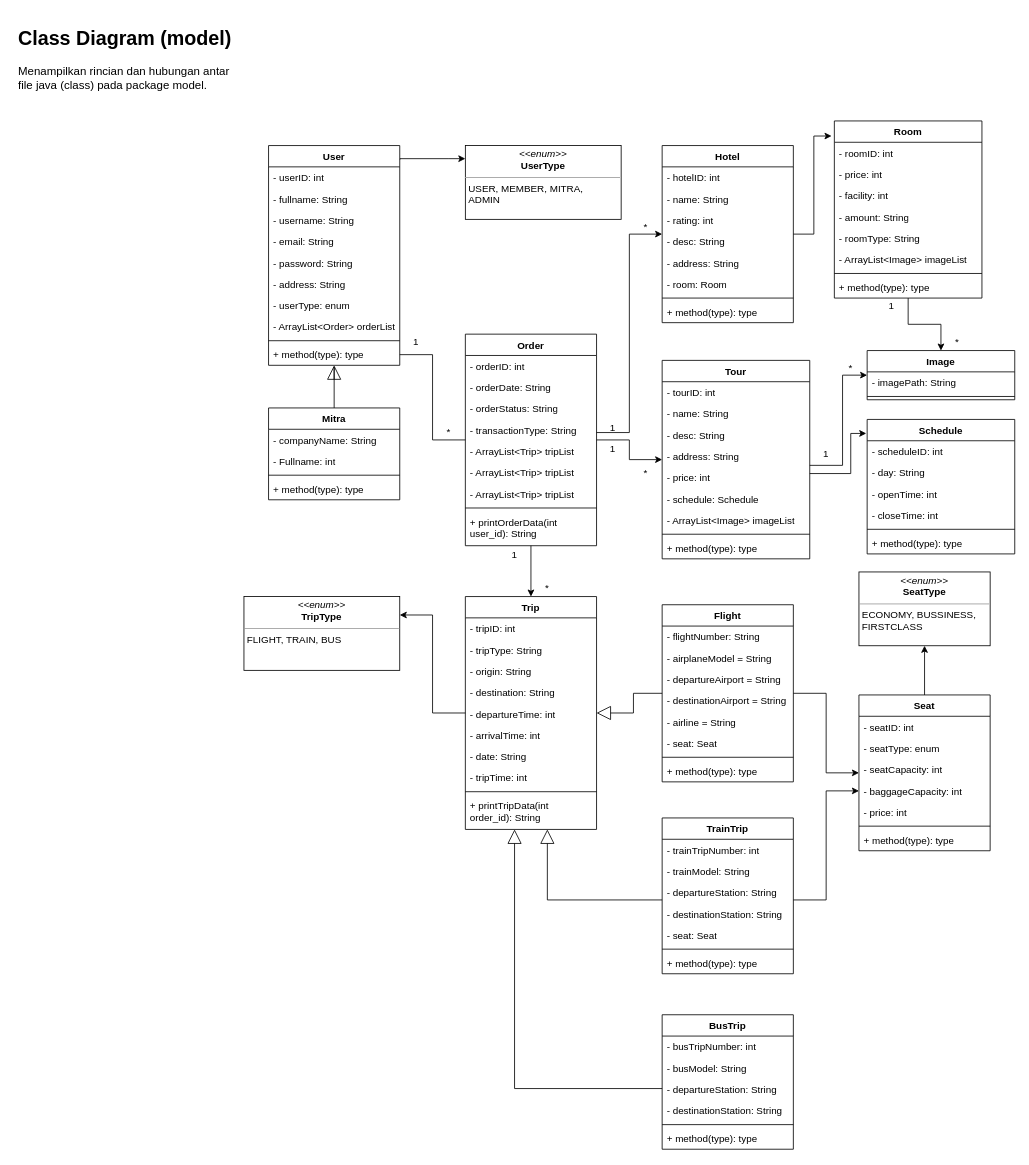
Earlier version of the draw.io diagram src/info/ClassDiagram.drawio (Thomassantosa/TubesPBO). Source tidied: cells renumbered, new cells numbered last; positions are measured from the earlier drawing's top-left corner, leaving out a move shared by most shapes. Both pictures are drawn from the tidied source at 82%, with x=0, y=0 at pixel (14, 22).
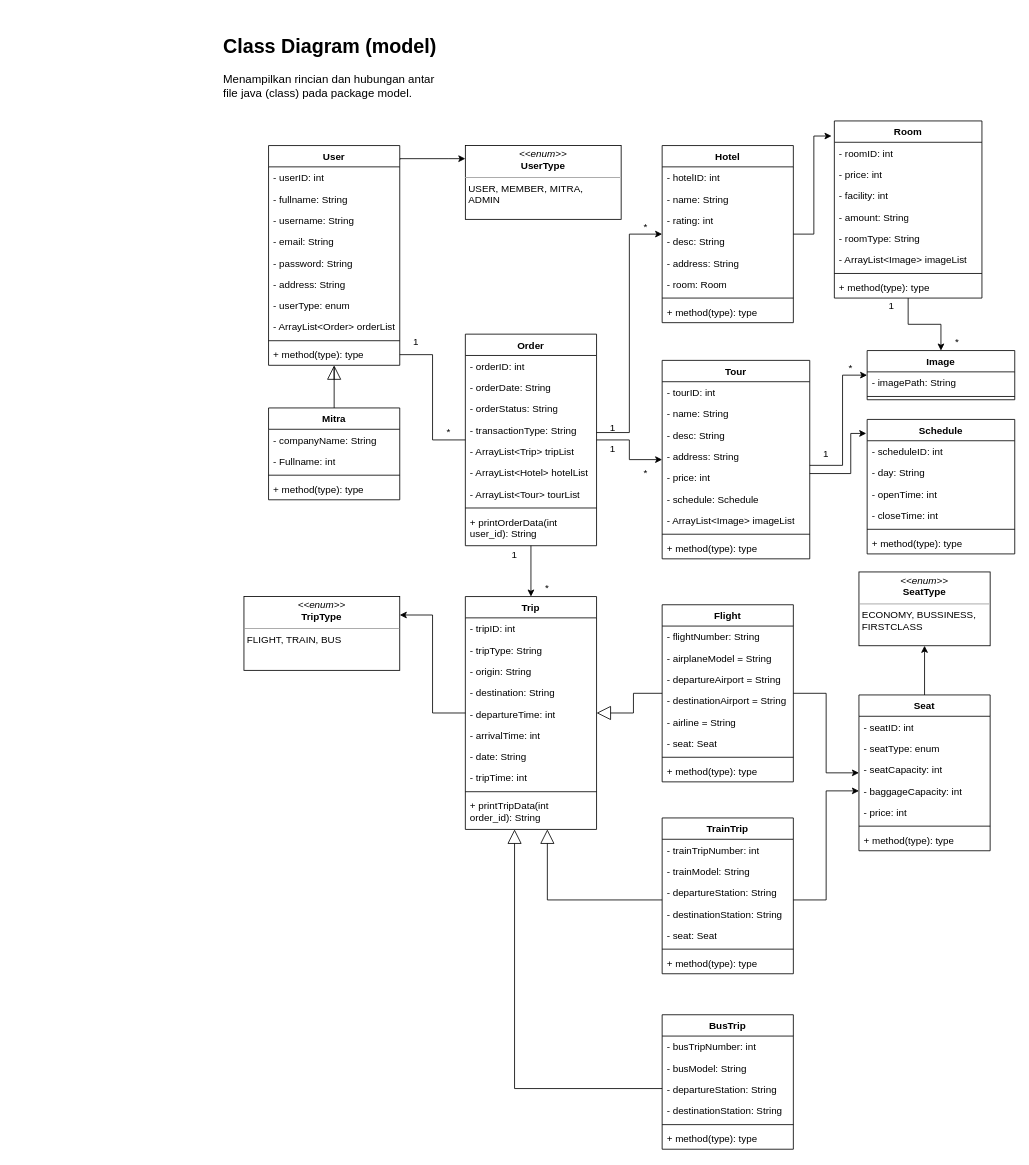
Above is the later version.

The change refers to these unchanged cells:
```xml
<mxCell id="25" value="Order" style="swimlane;fontStyle=1;align=center;verticalAlign=top;horizontal=1;startSize=26;whiteSpace=wrap;" parent="1" vertex="1">
  <mxGeometry x="550" y="380" width="160" height="258" as="geometry" />
</mxCell>
```

The edit, as a diff of the source:
```diff
@@
     <mxCell id="2" value="&lt;h1&gt;Class Diagram (model)&lt;/h1&gt;&lt;p&gt;&lt;font style=&quot;font-size: 14px&quot;&gt;Menampilkan rincian dan hubungan antar file java (class) pada package model.&lt;/font&gt;&lt;/p&gt;" style="text;html=1;strokeColor=none;fillColor=none;spacing=5;spacingTop=-20;whiteSpace=wrap;overflow=hidden;rounded=0;" parent="1" vertex="1">
-      <mxGeometry width="270" height="120" as="geometry" />
+      <mxGeometry x="250" y="10" width="270" height="120" as="geometry" />
     </mxCell>
@@
-    <mxCell id="31" value="- ArrayList&lt;Trip&gt; tripList" style="text;strokeColor=none;fillColor=none;align=left;verticalAlign=top;spacingLeft=4;spacingRight=4;overflow=hidden;whiteSpace=wrap;" parent="25" vertex="1">
+    <mxCell id="31" value="- ArrayList&lt;Hotel&gt; hotelList" style="text;strokeColor=none;fillColor=none;align=left;verticalAlign=top;spacingLeft=4;spacingRight=4;overflow=hidden;whiteSpace=wrap;" parent="25" vertex="1">
       <mxGeometry y="156" width="160" height="26" as="geometry" />
     </mxCell>
-    <mxCell id="32" value="- ArrayList&lt;Trip&gt; tripList" style="text;strokeColor=none;fillColor=none;align=left;verticalAlign=top;spacingLeft=4;spacingRight=4;overflow=hidden;whiteSpace=wrap;" parent="25" vertex="1">
+    <mxCell id="32" value="- ArrayList&lt;Tour&gt; tourList" style="text;strokeColor=none;fillColor=none;align=left;verticalAlign=top;spacingLeft=4;spacingRight=4;overflow=hidden;whiteSpace=wrap;" parent="25" vertex="1">
       <mxGeometry y="182" width="160" height="26" as="geometry" />
     </mxCell>
```
